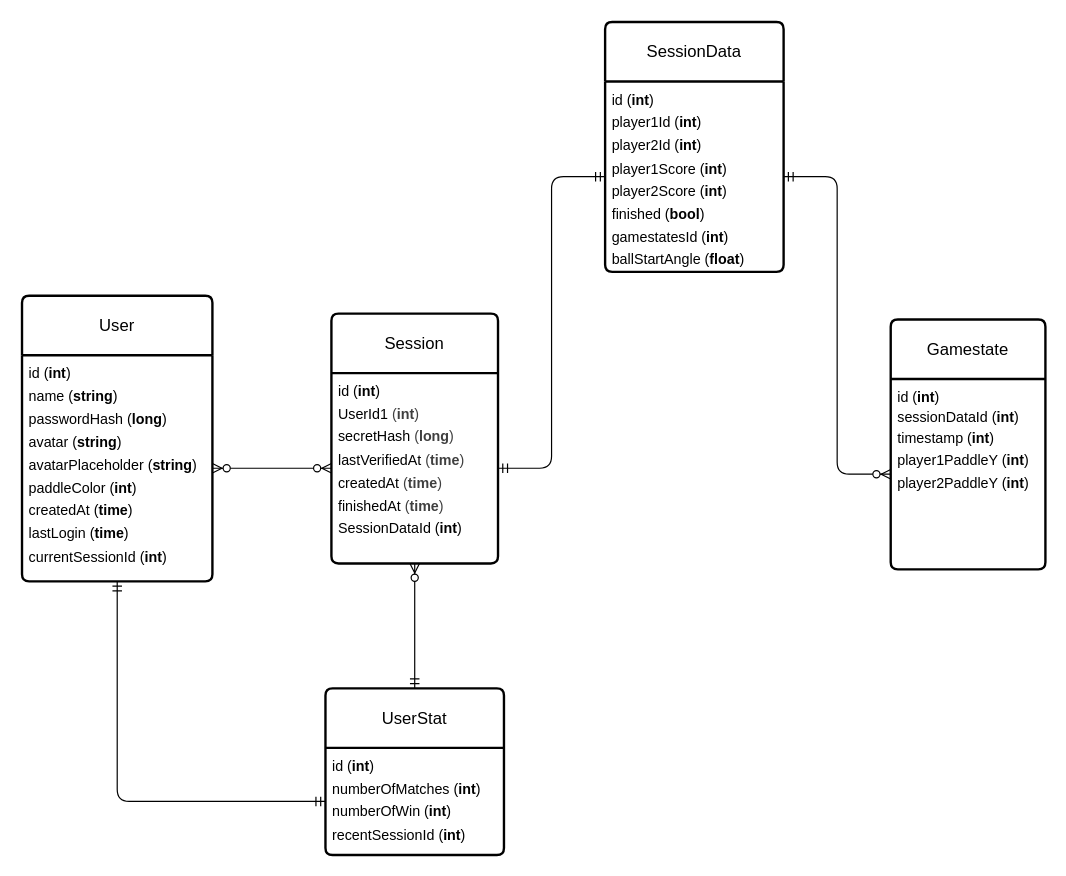
Earlier version of the draw.io diagram doc/database.drawio (peufo/42_transcendence). Source tidied: cells renumbered, new cells numbered last; positions are measured from the earlier drawing's top-left corner, leaving out a move shared by most shapes. Both pictures are drawn from the tidied source at 119%, with x=0, y=0 at pixel (21, 21).
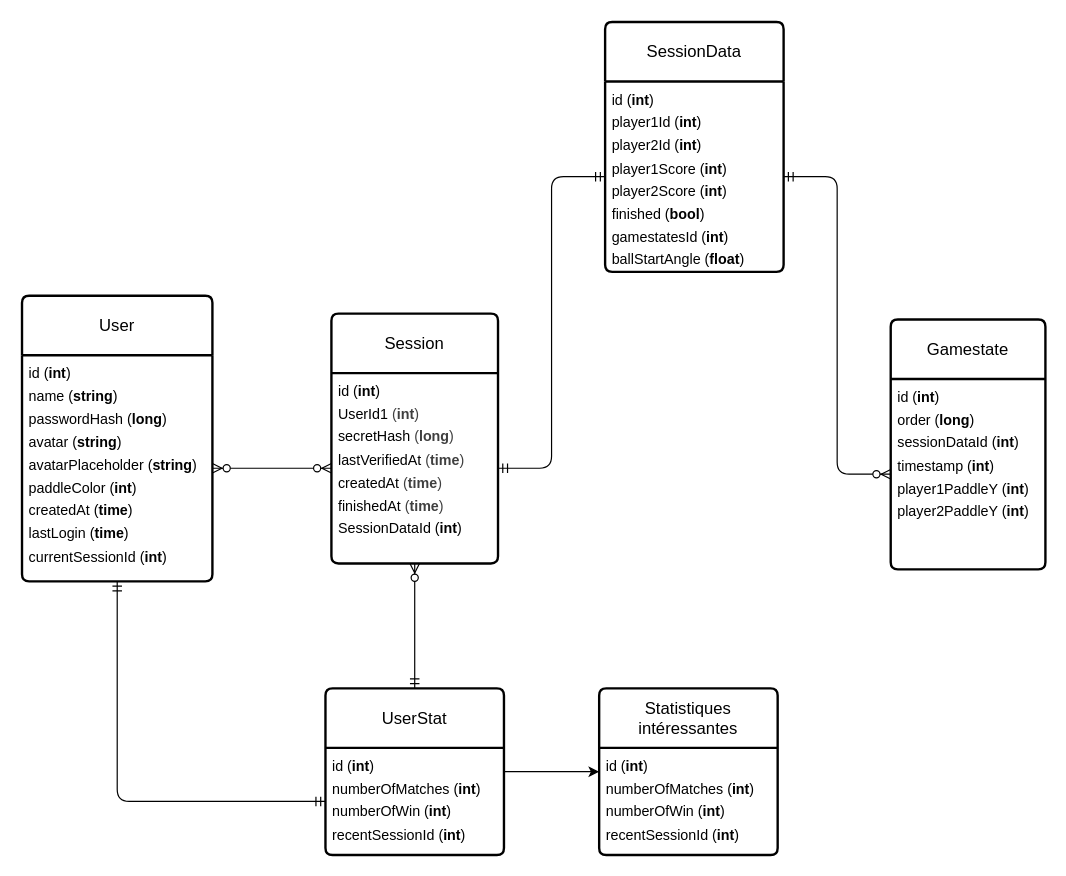
After the change.

Commit message:
add some interesting stats

The change refers to these unchanged cells:
```xml
<mxCell id="6" value="UserStat" style="swimlane;horizontal=1;startSize=50;rounded=1;fontSize=14;fontStyle=0;strokeWidth=2;shadow=0;dashed=0;align=center;arcSize=4;whiteSpace=wrap;html=1;" parent="1" vertex="1">
  <mxGeometry x="255" y="560" width="150" height="140" as="geometry" />
</mxCell>
<mxCell id="11" value="Gamestate" style="swimlane;horizontal=1;startSize=50;rounded=1;fontSize=14;fontStyle=0;strokeWidth=2;shadow=0;dashed=0;align=center;arcSize=4;whiteSpace=wrap;html=1;" parent="1" vertex="1">
  <mxGeometry x="730" y="250" width="130" height="210" as="geometry" />
</mxCell>
```

What changed in the source:
```diff
@@
+    <mxCell id="18" style="edgeStyle=none;html=1;" parent="1" edge="1" source="6" target="19">
+      <mxGeometry relative="1" as="geometry" />
+    </mxCell>
@@
-    <mxCell id="12" value="id (&lt;b style=&quot;line-height: 160%;&quot;&gt;int&lt;/b&gt;)&lt;div&gt;&lt;font color=&quot;#000000&quot;&gt;sessionDataId (&lt;b&gt;int&lt;/b&gt;)&lt;br&gt;&lt;/font&gt;&lt;div&gt;&lt;div style=&quot;line-height: 160%;&quot;&gt;timestamp (&lt;b&gt;int&lt;/b&gt;)&lt;/div&gt;&lt;div style=&quot;line-height: 160%;&quot;&gt;player1PaddleY (&lt;b&gt;int&lt;/b&gt;)&lt;/div&gt;&lt;div style=&quot;line-height: 160%;&quot;&gt;player2PaddleY (&lt;b&gt;int&lt;/b&gt;)&lt;br&gt;&lt;/div&gt;&lt;/div&gt;&lt;/div&gt;" style="align=left;strokeColor=none;fillColor=none;spacingLeft=4;fontSize=12;verticalAlign=top;html=1;" parent="11" vertex="1">
+    <mxCell id="12" value="id (&lt;b style=&quot;line-height: 160%;&quot;&gt;int&lt;/b&gt;)&lt;div style=&quot;line-height: 160%;&quot;&gt;&lt;font color=&quot;#000000&quot;&gt;order (&lt;b&gt;long&lt;/b&gt;)&lt;br&gt;&lt;/font&gt;&lt;div&gt;&lt;font color=&quot;#000000&quot;&gt;sessionDataId (&lt;b&gt;int&lt;/b&gt;)&lt;br&gt;&lt;/font&gt;&lt;div&gt;&lt;div&gt;timestamp (&lt;b&gt;int&lt;/b&gt;)&lt;/div&gt;&lt;div&gt;player1PaddleY (&lt;b&gt;int&lt;/b&gt;)&lt;/div&gt;&lt;div&gt;player2PaddleY (&lt;b&gt;int&lt;/b&gt;)&lt;br&gt;&lt;/div&gt;&lt;/div&gt;&lt;/div&gt;&lt;/div&gt;" style="align=left;strokeColor=none;fillColor=none;spacingLeft=4;fontSize=12;verticalAlign=top;html=1;" parent="11" vertex="1">
       <mxGeometry y="50" width="130" height="160" as="geometry" />
     </mxCell>
@@
+    <mxCell id="19" value="Statistiques intéressantes" style="swimlane;horizontal=1;startSize=50;rounded=1;fontSize=14;fontStyle=0;strokeWidth=2;shadow=0;dashed=0;align=center;arcSize=4;whiteSpace=wrap;html=1;" parent="1" vertex="1">
+      <mxGeometry x="485" y="560" width="150" height="140" as="geometry" />
+    </mxCell>
+    <mxCell id="20" value="&lt;font style=&quot;color: rgb(0, 0, 0); line-height: 160%;&quot;&gt;id &lt;font&gt;(&lt;b&gt;int&lt;/b&gt;)&lt;/font&gt;&lt;/font&gt;&lt;div&gt;&lt;div style=&quot;line-height: 160%;&quot;&gt;numberOfMatches (&lt;b&gt;int&lt;/b&gt;)&lt;br&gt;&lt;div&gt;numberOfWin (&lt;b&gt;int&lt;/b&gt;)&lt;/div&gt;&lt;div&gt;&lt;font style=&quot;color: rgb(0, 0, 0);&quot;&gt;&lt;font&gt;recentSessionId (&lt;b&gt;int&lt;/b&gt;)&lt;/font&gt;&lt;/font&gt;&lt;/div&gt;&lt;/div&gt;&lt;/div&gt;" style="align=left;strokeColor=none;fillColor=none;spacingLeft=4;fontSize=12;verticalAlign=top;html=1;" parent="19" vertex="1">
+      <mxGeometry y="50" width="150" height="90" as="geometry" />
+    </mxCell>
```
